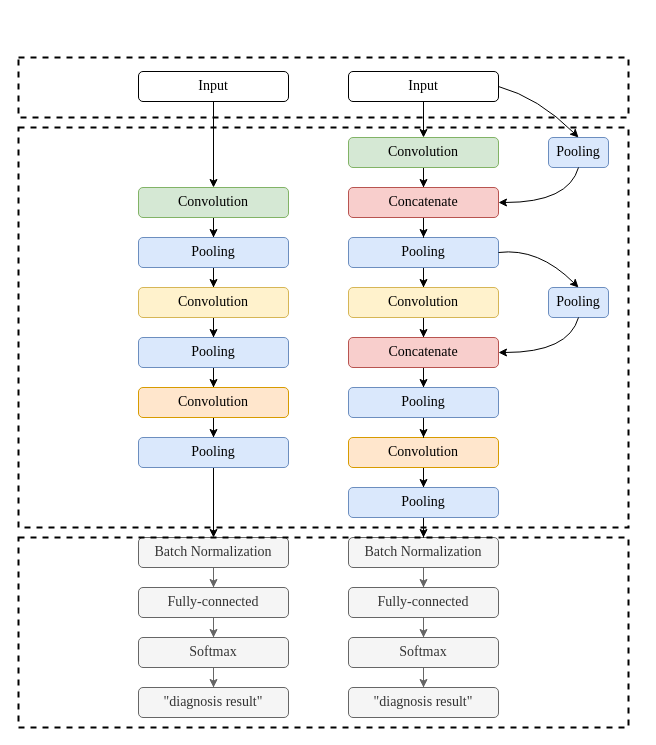
Before: CNN.drawio in Juno-Qi/DeepLearning_tutorials, a draw.io diagram. Source tidied: cells renumbered, new cells numbered last; positions are measured from the earlier drawing's top-left corner, leaving out a move shared by most shapes. Both pictures are drawn from the tidied source at 100%, with x=0, y=0 at pixel (-2, 57).
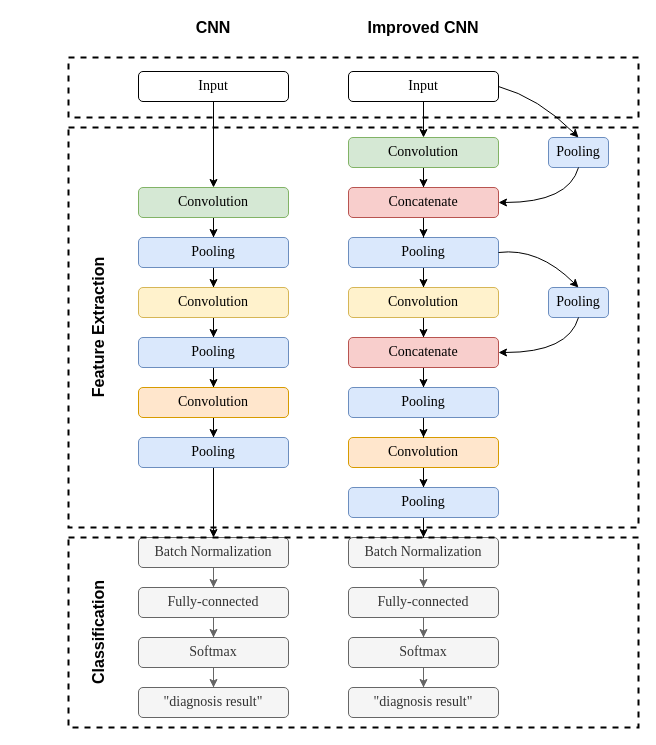
The same diagram, later.

What changed in the source:
```diff
@@
     <mxCell id="56" style="rounded=0;whiteSpace=wrap;html=1;fillColor=none;dashed=1;strokeWidth=2;" parent="1" vertex="1">
-      <mxGeometry x="20" y="70" width="610" height="400" as="geometry" />
+      <mxGeometry x="70" y="70" width="570" height="400" as="geometry" />
     </mxCell>
     <mxCell id="57" style="rounded=0;whiteSpace=wrap;html=1;fillColor=none;dashed=1;strokeWidth=2;" parent="1" vertex="1">
-      <mxGeometry x="20" y="480" width="610" height="190" as="geometry" />
+      <mxGeometry x="70" y="480" width="570" height="190" as="geometry" />
     </mxCell>
     <mxCell id="58" style="rounded=0;whiteSpace=wrap;html=1;fillColor=none;dashed=1;strokeWidth=2;" parent="1" vertex="1">
-      <mxGeometry x="20" width="610" height="60" as="geometry" />
+      <mxGeometry x="70" width="570" height="60" as="geometry" />
     </mxCell>
+    <mxCell id="59" value="&lt;font style=&quot;font-size: 16px&quot;&gt;Feature Extraction&lt;/font&gt;" style="text;html=1;strokeColor=none;fillColor=none;align=center;verticalAlign=middle;whiteSpace=wrap;rounded=0;dashed=1;rotation=-90;fontStyle=1;" parent="1" vertex="1">
+      <mxGeometry x="20" y="260" width="160" height="20" as="geometry" />
+    </mxCell>
+    <mxCell id="60" value="&lt;font style=&quot;font-size: 16px&quot;&gt;Classification&lt;/font&gt;" style="text;html=1;strokeColor=none;fillColor=none;align=center;verticalAlign=middle;whiteSpace=wrap;rounded=0;dashed=1;rotation=-90;fontStyle=1;" parent="1" vertex="1">
+      <mxGeometry x="20" y="565" width="160" height="20" as="geometry" />
+    </mxCell>
+    <mxCell id="61" value="&lt;font style=&quot;font-size: 16px&quot;&gt;CNN&lt;/font&gt;" style="text;html=1;strokeColor=none;fillColor=none;align=center;verticalAlign=middle;whiteSpace=wrap;rounded=0;dashed=1;rotation=0;fontStyle=1;" parent="1" vertex="1">
+      <mxGeometry x="135" y="-40" width="160" height="20" as="geometry" />
+    </mxCell>
+    <mxCell id="62" value="&lt;font style=&quot;font-size: 16px&quot;&gt;Improved CNN&lt;/font&gt;" style="text;html=1;strokeColor=none;fillColor=none;align=center;verticalAlign=middle;whiteSpace=wrap;rounded=0;dashed=1;rotation=0;fontStyle=1;" parent="1" vertex="1">
+      <mxGeometry x="345" y="-40" width="160" height="20" as="geometry" />
+    </mxCell>
```
